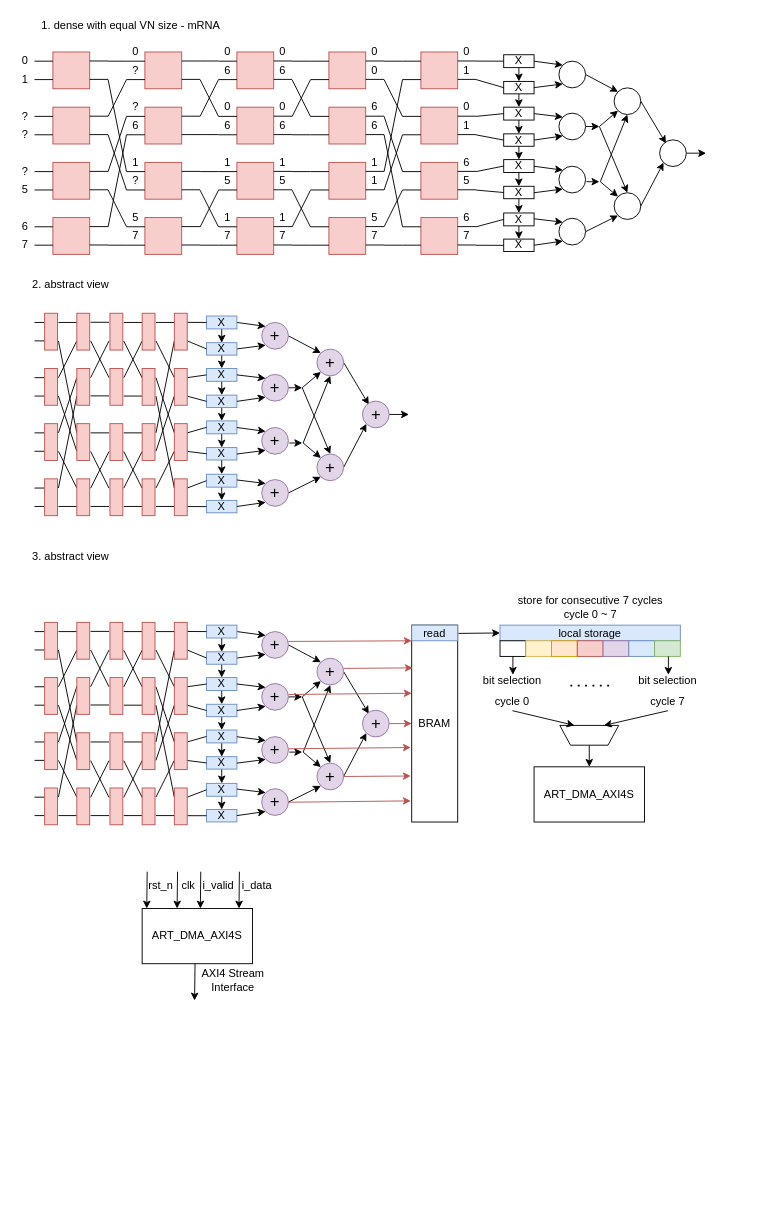
georgia-tech-synergy-lab/AcceleratorNoC keeps this draw.io diagram as page "MAERI_integration_bk" (11 of 12) of presentation/diagram/BENES_controller_scratch.drawio. Above is the earlier version. Source tidied: cells renumbered, new cells numbered last; positions are measured from the earlier drawing's top-left corner, leaving out a move shared by most shapes. Both pictures are drawn from the tidied source at 92%, with x=0, y=0 at pixel (16, 16).
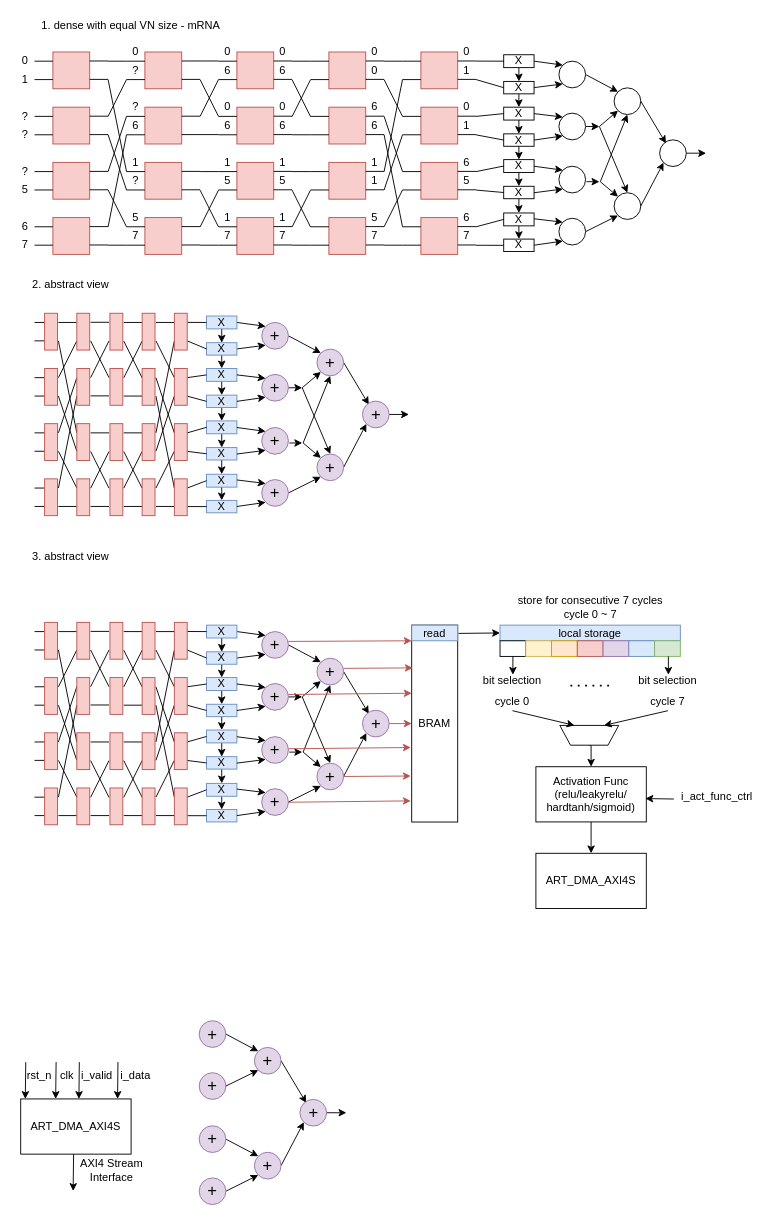
The same diagram, later.

Diff of the diagram source:
```diff
@@
+    <mxCell id="495" style="edgeStyle=orthogonalEdgeStyle;rounded=0;jettySize=auto;html=1;exitX=0.5;exitY=1;exitDx=0;exitDy=0;entryX=0.5;entryY=0;entryDx=0;entryDy=0;" parent="1" edge="1" source="483" target="496">
+      <mxGeometry relative="1" as="geometry" />
+    </mxCell>
-    <mxCell id="483" value="ART_DMA_AXI4S" style="rounded=0;whiteSpace=wrap;html=1;" parent="1" vertex="1">
-      <mxGeometry x="563" y="816" width="120" height="60" as="geometry" />
+    <mxCell id="483" value="Activation Func&lt;br&gt;(relu/leakyrelu/&lt;br&gt;hardtanh/sigmoid)" style="rounded=0;whiteSpace=wrap;html=1;" parent="1" vertex="1">
+      <mxGeometry x="565" y="815.9" width="120" height="60" as="geometry" />
     </mxCell>
     <mxCell id="484" value="ART_DMA_AXI4S" style="rounded=0;whiteSpace=wrap;html=1;" parent="1" vertex="1">
-      <mxGeometry x="137" y="970" width="120" height="60" as="geometry" />
+      <mxGeometry x="5" y="1177" width="120" height="60" as="geometry" />
     </mxCell>
     <mxCell id="485" style="endArrow=classic;html=1;entryX=0.921;entryY=0.007;entryDx=0;entryDy=0;entryPerimeter=0;" parent="1" edge="1">
       <mxGeometry relative="1" as="geometry">
-        <mxPoint x="242.7" y="930" as="sourcePoint" />
-        <mxPoint x="242.3" y="970" as="targetPoint" />
+        <mxPoint x="110.7" y="1137" as="sourcePoint" />
+        <mxPoint x="110.3" y="1177" as="targetPoint" />
       </mxGeometry>
     </mxCell>
     <mxCell id="486" style="endArrow=classic;html=1;entryX=0.921;entryY=0.007;entryDx=0;entryDy=0;entryPerimeter=0;" parent="1" edge="1">
       <mxGeometry relative="1" as="geometry">
-        <mxPoint x="200.7" y="930" as="sourcePoint" />
-        <mxPoint x="200.3" y="970" as="targetPoint" />
+        <mxPoint x="68.7" y="1137" as="sourcePoint" />
+        <mxPoint x="68.3" y="1177" as="targetPoint" />
       </mxGeometry>
     </mxCell>
     <mxCell id="487" style="endArrow=classic;html=1;entryX=0.921;entryY=0.007;entryDx=0;entryDy=0;entryPerimeter=0;" parent="1" edge="1">
       <mxGeometry relative="1" as="geometry">
-        <mxPoint x="175.5" y="930" as="sourcePoint" />
-        <mxPoint x="175" y="970" as="targetPoint" />
+        <mxPoint x="43.5" y="1137" as="sourcePoint" />
+        <mxPoint x="43" y="1177" as="targetPoint" />
       </mxGeometry>
     </mxCell>
     <mxCell id="488" style="endArrow=classic;html=1;entryX=0.921;entryY=0.007;entryDx=0;entryDy=0;entryPerimeter=0;" parent="1" edge="1">
       <mxGeometry relative="1" as="geometry">
-        <mxPoint x="142.5" y="930" as="sourcePoint" />
-        <mxPoint x="142" y="970" as="targetPoint" />
+        <mxPoint x="10.5" y="1137" as="sourcePoint" />
+        <mxPoint x="10" y="1177" as="targetPoint" />
       </mxGeometry>
     </mxCell>
     <mxCell id="489" value="i_data" style="text;html=1;strokeColor=none;fillColor=none;align=center;verticalAlign=middle;whiteSpace=wrap;rounded=0;" parent="1" vertex="1">
-      <mxGeometry x="244" y="937" width="36" height="16" as="geometry" />
+      <mxGeometry x="112" y="1144" width="36" height="16" as="geometry" />
     </mxCell>
     <mxCell id="490" value="i_valid" style="text;html=1;strokeColor=none;fillColor=none;align=center;verticalAlign=middle;whiteSpace=wrap;rounded=0;" parent="1" vertex="1">
-      <mxGeometry x="202" y="937" width="36" height="16" as="geometry" />
+      <mxGeometry x="70" y="1144" width="36" height="16" as="geometry" />
     </mxCell>
     <mxCell id="491" value="clk" style="text;html=1;strokeColor=none;fillColor=none;align=center;verticalAlign=middle;whiteSpace=wrap;rounded=0;" parent="1" vertex="1">
-      <mxGeometry x="177" y="937" width="21" height="16" as="geometry" />
+      <mxGeometry x="45" y="1144" width="21" height="16" as="geometry" />
     </mxCell>
     <mxCell id="492" value="rst_n" style="text;html=1;strokeColor=none;fillColor=none;align=center;verticalAlign=middle;whiteSpace=wrap;rounded=0;" parent="1" vertex="1">
-      <mxGeometry x="143" y="937" width="29" height="16" as="geometry" />
+      <mxGeometry x="11" y="1144" width="29" height="16" as="geometry" />
     </mxCell>
     <mxCell id="493" style="endArrow=classic;html=1;entryX=0.921;entryY=0.007;entryDx=0;entryDy=0;entryPerimeter=0;" parent="1" edge="1">
       <mxGeometry relative="1" as="geometry">
-        <mxPoint x="194.5" y="1030" as="sourcePoint" />
-        <mxPoint x="194" y="1070" as="targetPoint" />
+        <mxPoint x="62.5" y="1237" as="sourcePoint" />
+        <mxPoint x="62" y="1277" as="targetPoint" />
       </mxGeometry>
     </mxCell>
     <mxCell id="494" value="AXI4 Stream&lt;br&gt;Interface" style="text;html=1;strokeColor=none;fillColor=none;align=center;verticalAlign=middle;whiteSpace=wrap;rounded=0;" parent="1" vertex="1">
-      <mxGeometry x="198" y="1033" width="76" height="30" as="geometry" />
+      <mxGeometry x="66" y="1240" width="76" height="30" as="geometry" />
     </mxCell>
+    <mxCell id="496" value="ART_DMA_AXI4S" style="rounded=0;whiteSpace=wrap;html=1;" parent="1" vertex="1">
+      <mxGeometry x="565" y="910" width="120" height="60" as="geometry" />
+    </mxCell>
+    <mxCell id="497" style="endArrow=classic;html=1;entryX=0.992;entryY=0.577;entryDx=0;entryDy=0;entryPerimeter=0;" parent="1" edge="1" target="483">
+      <mxGeometry relative="1" as="geometry">
+        <mxPoint x="715" y="851" as="sourcePoint" />
+      </mxGeometry>
+    </mxCell>
+    <mxCell id="498" value="i_act_func_ctrl" style="text;html=1;strokeColor=none;fillColor=none;align=center;verticalAlign=middle;whiteSpace=wrap;rounded=0;" parent="1" vertex="1">
+      <mxGeometry x="726" y="841" width="72" height="16" as="geometry" />
+    </mxCell>
+    <mxCell id="499" style="rounded=0;jettySize=auto;html=1;exitX=1;exitY=0.5;exitDx=0;exitDy=0;entryX=0;entryY=0;entryDx=0;entryDy=0;" parent="1" edge="1" source="500" target="507">
+      <mxGeometry relative="1" as="geometry" />
+    </mxCell>
+    <mxCell id="500" value="&lt;font color=&quot;#000000&quot; style=&quot;font-size: 18px&quot;&gt;+&lt;/font&gt;" style="ellipse;whiteSpace=wrap;html=1;strokeColor=#9673a6;fillColor=#e1d5e7;" parent="1" vertex="1">
+      <mxGeometry x="199" y="1092" width="29" height="29" as="geometry" />
+    </mxCell>
+    <mxCell id="501" value="&lt;span style=&quot;color: rgb(0 , 0 , 0) ; font-size: 18px&quot;&gt;+&lt;/span&gt;" style="ellipse;whiteSpace=wrap;html=1;strokeColor=#9673a6;fillColor=#e1d5e7;" parent="1" vertex="1">
+      <mxGeometry x="199" y="1148.5" width="29" height="29" as="geometry" />
+    </mxCell>
+    <mxCell id="502" style="edgeStyle=none;rounded=0;jettySize=auto;html=1;entryX=0;entryY=0;entryDx=0;entryDy=0;exitX=1;exitY=0.5;exitDx=0;exitDy=0;" parent="1" edge="1" source="503" target="509">
+      <mxGeometry relative="1" as="geometry" />
+    </mxCell>
+    <mxCell id="503" value="&lt;span style=&quot;color: rgb(0 , 0 , 0) ; font-size: 18px&quot;&gt;+&lt;/span&gt;" style="ellipse;whiteSpace=wrap;html=1;strokeColor=#9673a6;fillColor=#e1d5e7;" parent="1" vertex="1">
+      <mxGeometry x="199" y="1206.2" width="29" height="29" as="geometry" />
+    </mxCell>
+    <mxCell id="504" style="edgeStyle=none;rounded=0;jettySize=auto;html=1;exitX=1;exitY=0.5;exitDx=0;exitDy=0;entryX=0;entryY=1;entryDx=0;entryDy=0;" parent="1" edge="1" source="505" target="509">
+      <mxGeometry relative="1" as="geometry" />
+    </mxCell>
+    <mxCell id="505" value="&lt;span style=&quot;color: rgb(0 , 0 , 0) ; font-size: 18px&quot;&gt;+&lt;/span&gt;" style="ellipse;whiteSpace=wrap;html=1;strokeColor=#9673a6;fillColor=#e1d5e7;" parent="1" vertex="1">
+      <mxGeometry x="199" y="1262.8" width="29" height="29" as="geometry" />
+    </mxCell>
+    <mxCell id="506" style="edgeStyle=none;rounded=0;jettySize=auto;html=1;exitX=1;exitY=0.5;exitDx=0;exitDy=0;entryX=0.237;entryY=0.132;entryDx=0;entryDy=0;entryPerimeter=0;" parent="1" edge="1" source="507" target="511">
+      <mxGeometry relative="1" as="geometry" />
+    </mxCell>
+    <mxCell id="507" value="&lt;span style=&quot;color: rgb(0 , 0 , 0) ; font-size: 18px&quot;&gt;+&lt;/span&gt;" style="ellipse;whiteSpace=wrap;html=1;strokeColor=#9673a6;fillColor=#e1d5e7;" parent="1" vertex="1">
+      <mxGeometry x="259" y="1121" width="29" height="29" as="geometry" />
+    </mxCell>
+    <mxCell id="508" style="edgeStyle=none;rounded=0;jettySize=auto;html=1;exitX=1;exitY=0.5;exitDx=0;exitDy=0;entryX=0;entryY=1;entryDx=0;entryDy=0;" parent="1" edge="1" source="509" target="511">
+      <mxGeometry relative="1" as="geometry" />
+    </mxCell>
+    <mxCell id="509" value="&lt;span style=&quot;color: rgb(0 , 0 , 0) ; font-size: 18px&quot;&gt;+&lt;/span&gt;" style="ellipse;whiteSpace=wrap;html=1;strokeColor=#9673a6;fillColor=#e1d5e7;" parent="1" vertex="1">
+      <mxGeometry x="259" y="1235" width="29" height="29" as="geometry" />
+    </mxCell>
+    <mxCell id="510" style="edgeStyle=none;rounded=0;jettySize=auto;html=1;exitX=1;exitY=0.5;exitDx=0;exitDy=0;" parent="1" edge="1" source="511">
+      <mxGeometry relative="1" as="geometry">
+        <mxPoint x="359" y="1192" as="targetPoint" />
+      </mxGeometry>
+    </mxCell>
+    <mxCell id="511" value="&lt;span style=&quot;color: rgb(0 , 0 , 0) ; font-size: 18px&quot;&gt;+&lt;/span&gt;" style="ellipse;whiteSpace=wrap;html=1;strokeColor=#9673a6;fillColor=#e1d5e7;" parent="1" vertex="1">
+      <mxGeometry x="308.5" y="1177.5" width="29" height="29" as="geometry" />
+    </mxCell>
+    <mxCell id="512" style="edgeStyle=none;rounded=0;jettySize=auto;html=1;entryX=0;entryY=1;entryDx=0;entryDy=0;exitX=1;exitY=0.5;exitDx=0;exitDy=0;" parent="1" edge="1" source="501" target="507">
+      <mxGeometry relative="1" as="geometry" />
+    </mxCell>
```
